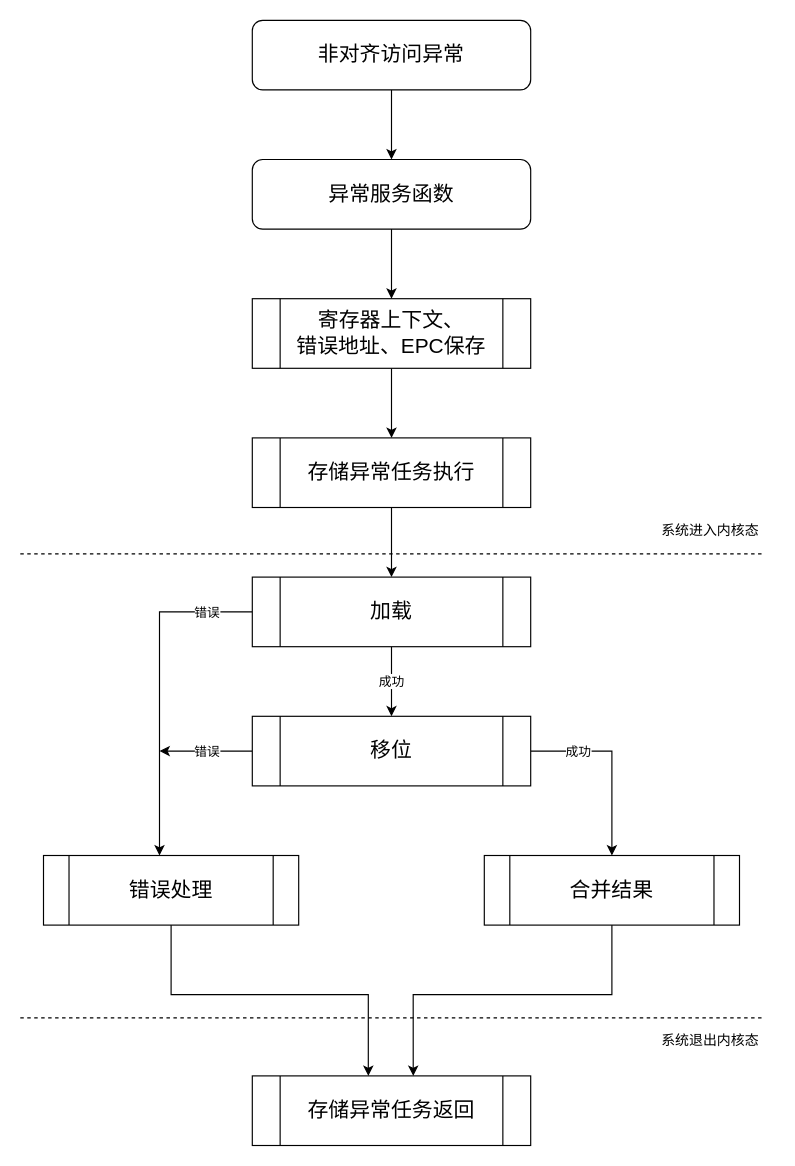
Before: page "软件流程图" (2 of 3) of draw/SylixOS handle unaligned acesses.drawio in peng-fan/drawio, a draw.io diagram. Source tidied: cells renumbered, new cells numbered last; positions are measured from the earlier drawing's top-left corner, leaving out a move shared by most shapes. Both pictures are drawn from the tidied source at 116%, with x=0, y=0 at pixel (20, 20).
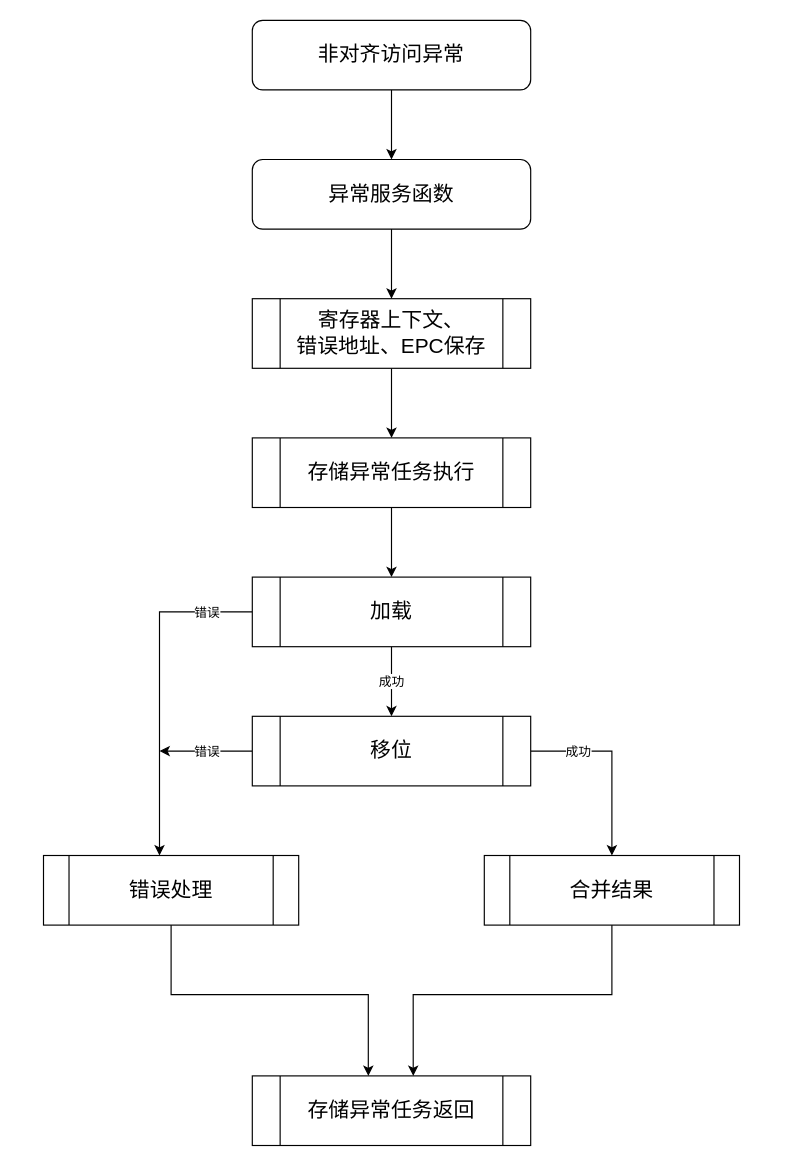
The same diagram, later.

What changed in the source:
```diff
@@
-    <mxCell id="8" style="endArrow=none;dashed=1;html=1;" parent="1" edge="1">
-      <mxGeometry relative="1" as="geometry">
-        <mxPoint y="460" as="sourcePoint" />
-        <mxPoint x="640" y="460" as="targetPoint" />
-      </mxGeometry>
-    </mxCell>
-    <mxCell id="9" value="&lt;font style=&quot;font-size: 12px&quot;&gt;系统进入内核态&lt;/font&gt;" style="text;html=1;strokeColor=none;fillColor=none;align=center;verticalAlign=middle;whiteSpace=wrap;rounded=0;" parent="1" vertex="1">
-      <mxGeometry x="540" y="430" width="110" height="20" as="geometry" />
-    </mxCell>
@@
-    <mxCell id="19" style="endArrow=none;dashed=1;html=1;" parent="1" edge="1">
-      <mxGeometry relative="1" as="geometry">
-        <mxPoint y="860" as="sourcePoint" />
-        <mxPoint x="640" y="860" as="targetPoint" />
-      </mxGeometry>
-    </mxCell>
-    <mxCell id="20" value="系统退出内核态" style="text;html=1;strokeColor=none;fillColor=none;align=center;verticalAlign=middle;whiteSpace=wrap;rounded=0;" parent="1" vertex="1">
-      <mxGeometry x="540" y="870" width="110" height="20" as="geometry" />
-    </mxCell>
```
